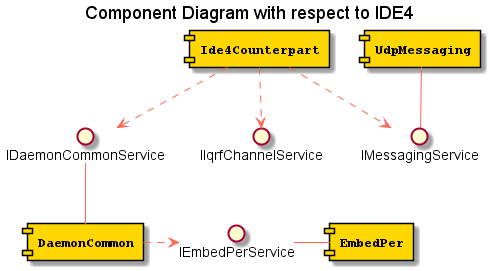
Before: Documents/02-Design/sw-design-resources/ComponentDiagramWrtIde4.png, a diagram exported from PlantUML (iqrf/iqrf-gateway-daemon). The source it was exported from:
```plantuml
@startuml
title Component Diagram with respect to IDE4

skinparam component {
  FontSize 13
  BackgroundColor<<Apache>> Red
  BorderColor<<Apache>> #FF6655
  FontName Courier
  FontStyle bold
  BorderColor black
  BackgroundColor gold
  ArrowFontStyle italic
  ArrowFontName Arial
  ArrowColor #FF6655
  ArrowFontColor #777777
}

skinparam note {
  FontSize 9
  FontName Arial
  BorderColor Gray
  BackgroundColor white
  FontStyle italic
  ArrowFontName Arial
}


interface "IIqrfChannelService" as I3
interface "IMessagingService" as I4
interface "IDaemonCommonService" as I5
interface "IEmbedPerService" as I6

component [Ide4Counterpart] as C1
component [UdpMessaging] as C4
component [DaemonCommon] as C5
component [EmbedPer] as C6


C4 -- I4
C5 -u- I5
C6 -l- I6

C1 .d.> I3
C1 .d.> I4
C1 .d.> I5

C5 .r.> I6

@enduml
```
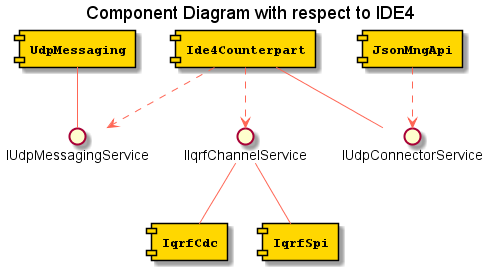
After the change.

Change to the diagram source:
```diff
@@ -25,25 +25,25 @@
 }
 
 
-interface "IIqrfChannelService" as I3
-interface "IMessagingService" as I4
-interface "IDaemonCommonService" as I5
-interface "IEmbedPerService" as I6
+interface "IIqrfChannelService" as I1
+interface "IUdpMessagingService" as I2
+interface "IUdpConnectorService" as I3
 
 component [Ide4Counterpart] as C1
-component [UdpMessaging] as C4
-component [DaemonCommon] as C5
-component [EmbedPer] as C6
+component [UdpMessaging] as C2
+component [IqrfCdc] as C3
+component [IqrfSpi] as C4
+component [JsonMngApi] as C5
 
 
-C4 -- I4
-C5 -u- I5
-C6 -l- I6
+C1 -- I3
+C2 -- I2
+C3 -u- I1
+C4 -u- I1
 
-C1 .d.> I3
-C1 .d.> I4
-C1 .d.> I5
+C1 .d.> I1
+C1 .d.> I2
+C5 .d.> I3
 
-C5 .r.> I6
 
 @enduml
```
